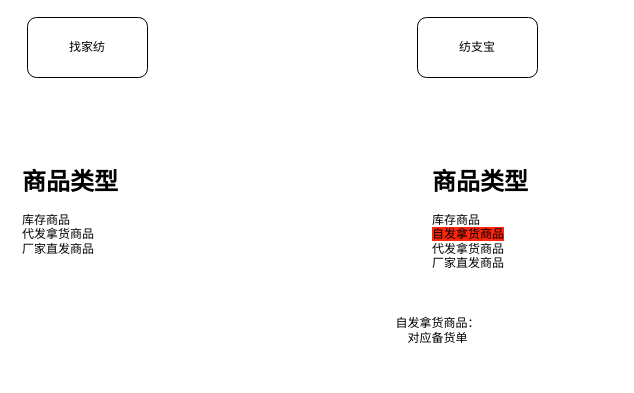
Above: 找家纺——纺支宝区别.drawio in bian0814/draw.io (draw.io), before the change. Source tidied: cells renumbered, new cells numbered last; positions are measured from the earlier drawing's top-left corner, leaving out a move shared by most shapes. Both pictures are drawn from the tidied source at 100%, with x=0, y=0 at pixel (17, 17).
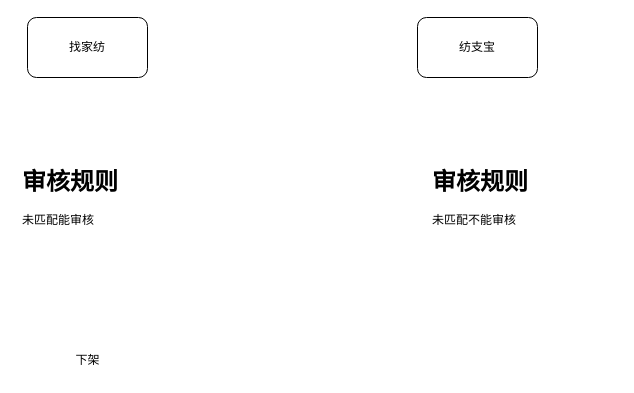
The same diagram, later.

Commit message:
更新找家纺——纺支宝区别.drawio

What changed in the source:
```diff
@@
 <mxGraphModel>
   <root>
     <mxCell id="0" />
     <mxCell id="1" parent="0" />
     <mxCell id="2" value="找家纺" style="rounded=1;whiteSpace=wrap;html=1;" parent="1" vertex="1">
       <mxGeometry x="10" width="120" height="60" as="geometry" />
     </mxCell>
     <mxCell id="3" value="纺支宝" style="rounded=1;whiteSpace=wrap;html=1;" parent="1" vertex="1">
       <mxGeometry x="400" width="120" height="60" as="geometry" />
     </mxCell>
-    <mxCell id="4" value="&lt;h1&gt;商品类型&lt;/h1&gt;&lt;div&gt;库存商品&lt;/div&gt;&lt;div&gt;代发拿货商品&lt;/div&gt;&lt;div&gt;厂家直发商品&lt;/div&gt;" style="text;html=1;strokeColor=none;fillColor=none;spacing=5;spacingTop=-20;whiteSpace=wrap;overflow=hidden;rounded=0;" parent="1" vertex="1">
+    <mxCell id="4" value="&lt;h1&gt;审核规则&lt;/h1&gt;&lt;div&gt;未匹配能审核&lt;/div&gt;" style="text;html=1;strokeColor=none;fillColor=none;spacing=5;spacingTop=-20;whiteSpace=wrap;overflow=hidden;rounded=0;" parent="1" vertex="1">
       <mxGeometry y="145" width="190" height="120" as="geometry" />
     </mxCell>
-    <mxCell id="5" value="&lt;h1&gt;商品类型&lt;/h1&gt;&lt;div&gt;库存商品&lt;/div&gt;&lt;div&gt;&lt;span style=&quot;background-color: rgb(255, 37, 13);&quot;&gt;自发拿货商品&lt;/span&gt;&lt;/div&gt;&lt;div&gt;代发拿货商品&lt;/div&gt;&lt;div&gt;厂家直发商品&lt;/div&gt;" style="text;html=1;strokeColor=none;fillColor=none;spacing=5;spacingTop=-20;whiteSpace=wrap;overflow=hidden;rounded=0;" parent="1" vertex="1">
+    <mxCell id="5" value="&lt;h1&gt;审核规则&lt;/h1&gt;&lt;div&gt;未匹配不能审核&lt;/div&gt;" style="text;html=1;strokeColor=none;fillColor=none;spacing=5;spacingTop=-20;whiteSpace=wrap;overflow=hidden;rounded=0;" parent="1" vertex="1">
       <mxGeometry x="410" y="145" width="190" height="120" as="geometry" />
     </mxCell>
-    <mxCell id="6" value="自发拿货商品：&lt;br&gt;对应备货单" style="text;html=1;align=center;verticalAlign=middle;strokeColor=none;fillColor=none;" parent="1" vertex="1">
-      <mxGeometry x="365" y="293" width="110" height="40" as="geometry" />
-    </mxCell>
+    <mxCell id="7" value="下架&lt;br&gt;" style="text;html=1;align=center;verticalAlign=middle;strokeColor=none;fillColor=none;" parent="1" vertex="1">
+      <mxGeometry x="45" y="328" width="50" height="30" as="geometry" />
+    </mxCell>
   </root>
 </mxGraphModel>
```
